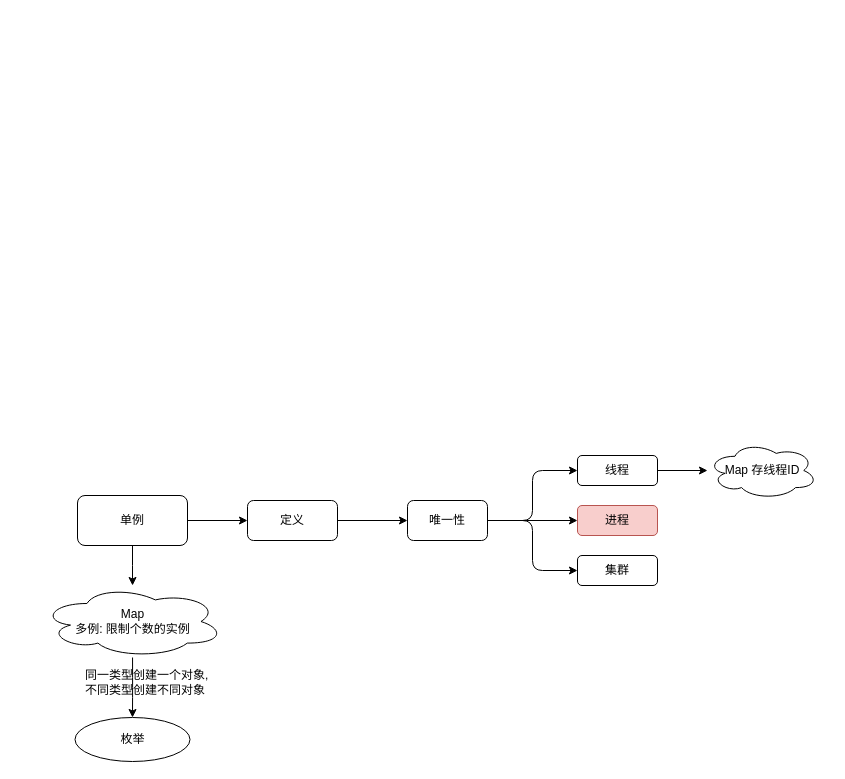
This is diagrams/pattern/detail/01.singleton.drawio from Alice52/diagrams, a draw.io file, before an edit. Source tidied: cells renumbered, new cells numbered last; positions are measured from the earlier drawing's top-left corner, leaving out a move shared by most shapes. Both pictures are drawn from the tidied source at 100%, with x=0, y=0 at pixel (41, 441).
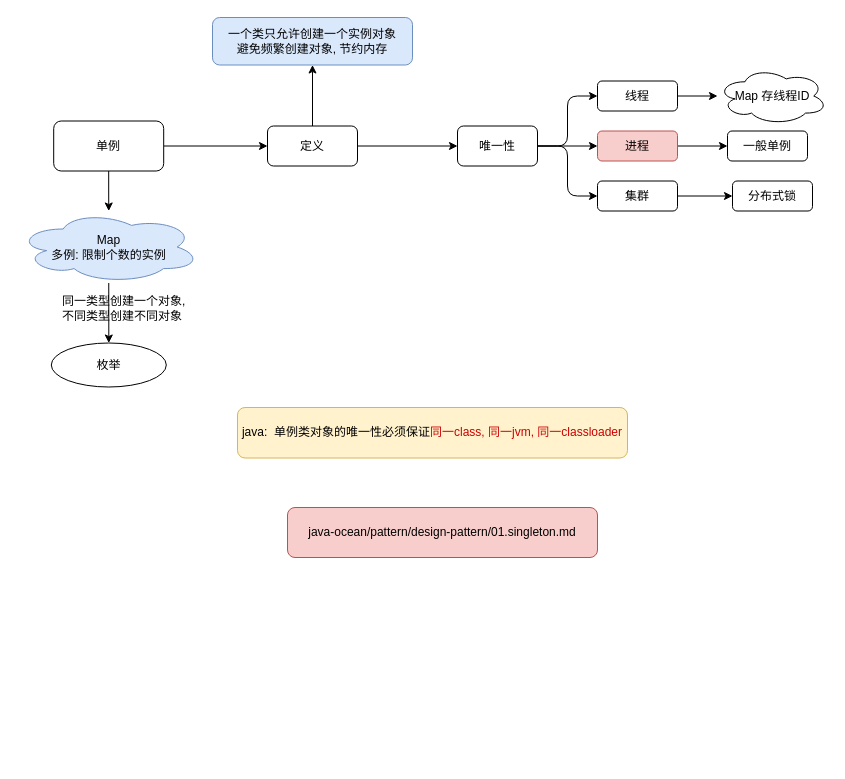
After the change.

Commit message (it also covers changes not shown here):
pattern: refine singleton

Change to the diagram source:
```diff
@@
     <mxCell id="4" value="单例" style="rounded=1;whiteSpace=wrap;html=1;" parent="1" vertex="1">
-      <mxGeometry x="36" y="54" width="110" height="50" as="geometry" />
+      <mxGeometry x="12.2" y="-320.5" width="110" height="50" as="geometry" />
     </mxCell>
+    <mxCell id="20" style="edgeStyle=orthogonalEdgeStyle;rounded=1;jettySize=auto;html=1;" parent="1" edge="1" source="6" target="24">
+      <mxGeometry relative="1" as="geometry" />
+    </mxCell>
-    <mxCell id="5" style="edgeStyle=orthogonalEdgeStyle;rounded=0;jettySize=auto;html=1;" parent="1" edge="1" source="6" target="10">
+    <mxCell id="5" style="edgeStyle=orthogonalEdgeStyle;rounded=1;jettySize=auto;html=1;entryX=0;entryY=0.5;entryDx=0;entryDy=0;" parent="1" edge="1" source="6" target="10">
       <mxGeometry relative="1" as="geometry" />
     </mxCell>
     <mxCell id="6" value="定义" style="rounded=1;whiteSpace=wrap;html=1;" parent="1" vertex="1">
-      <mxGeometry x="206" y="59" width="90" height="40" as="geometry" />
+      <mxGeometry x="226" y="-315.5" width="90" height="40" as="geometry" />
     </mxCell>
@@
     <mxCell id="10" value="唯一性" style="rounded=1;whiteSpace=wrap;html=1;" parent="1" vertex="1">
-      <mxGeometry x="366" y="59" width="80" height="40" as="geometry" />
+      <mxGeometry x="416" y="-315.5" width="80" height="40" as="geometry" />
     </mxCell>
@@
     <mxCell id="12" value="线程" style="rounded=1;whiteSpace=wrap;html=1;" parent="1" vertex="1">
-      <mxGeometry x="536" y="14" width="80" height="30" as="geometry" />
+      <mxGeometry x="556" y="-360.5" width="80" height="30" as="geometry" />
     </mxCell>
+    <mxCell id="21" style="edgeStyle=orthogonalEdgeStyle;rounded=1;jettySize=auto;html=1;" parent="1" edge="1" source="13" target="26">
+      <mxGeometry relative="1" as="geometry" />
+    </mxCell>
     <mxCell id="13" value="进程" style="rounded=1;whiteSpace=wrap;html=1;fillColor=#f8cecc;strokeColor=#b85450;" parent="1" vertex="1">
-      <mxGeometry x="536" y="64" width="80" height="30" as="geometry" />
+      <mxGeometry x="556" y="-310.5" width="80" height="30" as="geometry" />
     </mxCell>
+    <mxCell id="22" style="edgeStyle=orthogonalEdgeStyle;rounded=1;jettySize=auto;html=1;" parent="1" edge="1" source="14" target="25">
+      <mxGeometry relative="1" as="geometry" />
+    </mxCell>
     <mxCell id="14" value="集群" style="rounded=1;whiteSpace=wrap;html=1;" parent="1" vertex="1">
-      <mxGeometry x="536" y="114" width="80" height="30" as="geometry" />
+      <mxGeometry x="556" y="-260.5" width="80" height="30" as="geometry" />
     </mxCell>
     <mxCell id="15" value="Map 存线程ID" style="ellipse;shape=cloud;whiteSpace=wrap;html=1;rounded=1;" parent="1" vertex="1">
-      <mxGeometry x="666" y="0.5" width="110" height="57" as="geometry" />
+      <mxGeometry x="676" y="-374" width="110" height="57" as="geometry" />
     </mxCell>
@@
-    <mxCell id="17" value="Map&lt;br&gt;多例: 限制个数的实例" style="ellipse;shape=cloud;whiteSpace=wrap;html=1;rounded=1;" parent="1" vertex="1">
-      <mxGeometry x="-0.2" y="144" width="182.5" height="72" as="geometry" />
+    <mxCell id="17" value="Map&lt;br&gt;多例: 限制个数的实例" style="ellipse;shape=cloud;whiteSpace=wrap;html=1;rounded=1;fillColor=#dae8fc;strokeColor=#6c8ebf;" parent="1" vertex="1">
+      <mxGeometry x="-24" y="-230.5" width="182.5" height="72" as="geometry" />
     </mxCell>
     <mxCell id="18" value="枚举" style="ellipse;whiteSpace=wrap;html=1;rounded=1;" parent="1" vertex="1">
-      <mxGeometry x="33.5" y="276" width="115" height="44" as="geometry" />
+      <mxGeometry x="9.8" y="-98.5" width="115" height="44" as="geometry" />
     </mxCell>
     <mxCell id="19" value="同一类型创建一个对象, &lt;br&gt;不同类型创建不同对象" style="text;html=1;align=left;verticalAlign=middle;strokeColor=none;" parent="1" vertex="1">
-      <mxGeometry x="42.2" y="226" width="140" height="30" as="geometry" />
+      <mxGeometry x="18.5" y="-148.5" width="140" height="30" as="geometry" />
     </mxCell>
+    <mxCell id="23" value="java-ocean/pattern/design-pattern/01.singleton.md" style="rounded=1;whiteSpace=wrap;html=1;fillColor=#f8cecc;strokeColor=#b85450;" parent="1" vertex="1">
+      <mxGeometry x="246" y="66" width="310" height="50" as="geometry" />
+    </mxCell>
+    <mxCell id="24" value="一个类只允许创建一个实例对象&lt;br&gt;避免频繁创建对象, 节约内存" style="rounded=1;whiteSpace=wrap;html=1;fillColor=#dae8fc;strokeColor=#6c8ebf;" parent="1" vertex="1">
+      <mxGeometry x="171" y="-424" width="200" height="47.5" as="geometry" />
+    </mxCell>
+    <mxCell id="25" value="分布式锁" style="rounded=1;whiteSpace=wrap;html=1;" parent="1" vertex="1">
+      <mxGeometry x="691" y="-260.5" width="80" height="30" as="geometry" />
+    </mxCell>
+    <mxCell id="26" value="一般单例" style="rounded=1;whiteSpace=wrap;html=1;" parent="1" vertex="1">
+      <mxGeometry x="686" y="-310.5" width="80" height="30" as="geometry" />
+    </mxCell>
+    <mxCell id="27" value="java:&amp;nbsp; 单例类对象的唯一性必须保证&lt;font color=&quot;#cc0000&quot;&gt;同一class, 同一jvm, 同一classloader&lt;/font&gt;" style="rounded=1;whiteSpace=wrap;html=1;fillColor=#fff2cc;strokeColor=#d6b656;" parent="1" vertex="1">
+      <mxGeometry x="196" y="-34" width="390" height="50.5" as="geometry" />
+    </mxCell>
```
